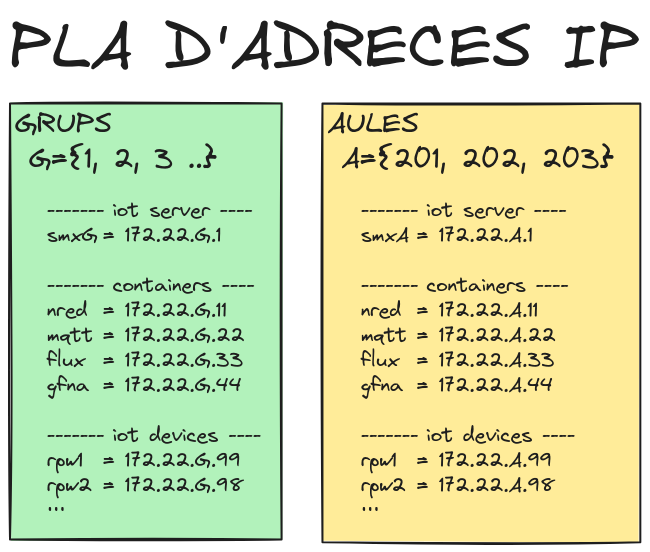
Above: doc/networking.excalidraw.png in rocher/smx1_iot-server (Excalidraw), before the change. Source tidied: one line per element, renumbered; positions are measured from the earlier drawing's top-left corner, leaving out a move shared by most shapes.
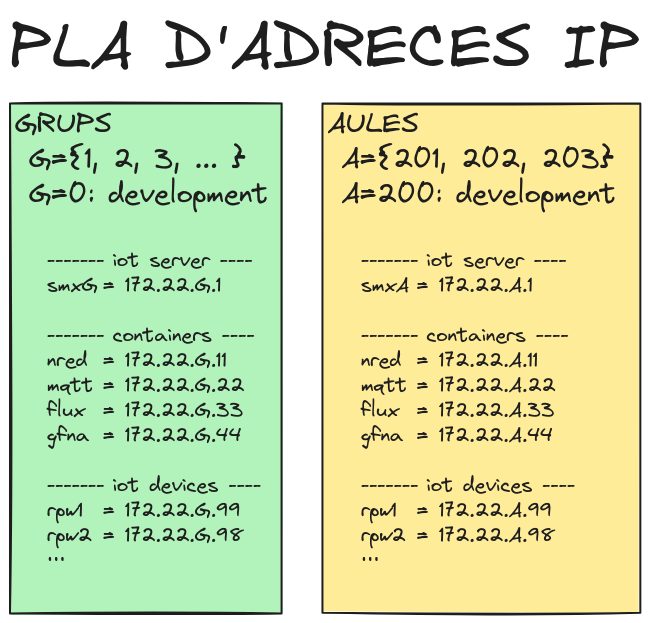
After the change.

Commit message:
Improve drawing

What changed in the source:
```diff
@@ -1,9 +1,9 @@
-{"id": 0, "type": "rectangle", "strokeColor": "#1e1e1e", "backgroundColor": "#b2f2bb", "fillStyle": "solid", "strokeWidth": 2, "roughness": 1, "x": 0, "y": 93, "width": 272, "height": 436}
+{"id": 0, "type": "rectangle", "strokeColor": "#1e1e1e", "backgroundColor": "#b2f2bb", "fillStyle": "solid", "strokeWidth": 2, "roughness": 1, "x": 0, "y": 93, "width": 272, "height": 510}
-{"id": 1, "type": "text", "text": "GRUPS\n G={1, 2, 3 ..}", "strokeColor": "#1e1e1e", "backgroundColor": "#a5d8ff", "fillStyle": "solid", "strokeWidth": 2, "roughness": 1, "fontSize": 28, "fontFamily": 1, "inside": 0, "x": 5, "y": 98, "width": 202, "height": 70}
+{"id": 1, "type": "text", "text": "GRUPS\n G={1, 2, 3, ... }\n G=0: development", "strokeColor": "#1e1e1e", "backgroundColor": "#a5d8ff", "fillStyle": "solid", "strokeWidth": 2, "roughness": 1, "fontSize": 28, "fontFamily": 1, "inside": 0, "x": 5, "y": 98, "width": 253, "height": 105}
-{"id": 2, "type": "text", "text": "-------\nsmxG\n\n-------\nnred\nmqtt  \nflux\ngfna\n\n-------\nrpw1\nrpw2\n···", "strokeColor": "#1e1e1e", "strokeWidth": 2, "roughness": 1, "fontSize": 20, "fontFamily": 1, "x": 37, "y": 189, "width": 66, "height": 325}
+{"id": 2, "type": "text", "text": "-------\nsmxG\n\n-------\nnred\nmqtt  \nflux\ngfna\n\n-------\nrpw1\nrpw2\n···", "strokeColor": "#1e1e1e", "strokeWidth": 2, "roughness": 1, "fontSize": 20, "fontFamily": 1, "x": 37, "y": 239, "width": 66, "height": 325}
-{"id": 3, "type": "text", "text": " iot server ----\n= 172.22.G.1\n\n containers ----\n= 172.22.G.11\n= 172.22.G.22\n= 172.22.G.33\n= 172.22.G.44\n\n iot devices ----\n= 172.22.G.99\n= 172.22.G.98", "strokeColor": "#1e1e1e", "strokeWidth": 2, "roughness": 1, "fontSize": 20, "fontFamily": 1, "x": 93, "y": 189, "width": 159, "height": 300}
+{"id": 3, "type": "text", "text": " iot server ----\n= 172.22.G.1\n\n containers ----\n= 172.22.G.11\n= 172.22.G.22\n= 172.22.G.33\n= 172.22.G.44\n\n iot devices ----\n= 172.22.G.99\n= 172.22.G.98", "strokeColor": "#1e1e1e", "strokeWidth": 2, "roughness": 1, "fontSize": 20, "fontFamily": 1, "x": 93, "y": 239, "width": 159, "height": 300}
-{"id": 4, "type": "rectangle", "strokeColor": "#1e1e1e", "backgroundColor": "#ffec99", "fillStyle": "solid", "strokeWidth": 2, "roughness": 1, "x": 312, "y": 93, "width": 318, "height": 439}
+{"id": 4, "type": "rectangle", "strokeColor": "#1e1e1e", "backgroundColor": "#ffec99", "fillStyle": "solid", "strokeWidth": 2, "roughness": 1, "x": 312, "y": 93, "width": 318, "height": 509}
-{"id": 5, "type": "text", "text": "AULES\n A={201, 202, 203}", "strokeColor": "#1e1e1e", "backgroundColor": "#a5d8ff", "fillStyle": "solid", "strokeWidth": 2, "roughness": 1, "fontSize": 28, "fontFamily": 1, "inside": 4, "x": 317, "y": 98, "width": 286, "height": 70}
+{"id": 5, "type": "text", "text": "AULES\n A={201, 202, 203}\n A=200: development", "strokeColor": "#1e1e1e", "backgroundColor": "#a5d8ff", "fillStyle": "solid", "strokeWidth": 2, "roughness": 1, "fontSize": 28, "fontFamily": 1, "inside": 4, "x": 317, "y": 98, "width": 289, "height": 105}
-{"id": 6, "type": "text", "text": "-------\nsmxA\n\n-------\nnred\nmqtt  \nflux\ngfna\n\n-------\nrpw1\nrpw2\n···", "strokeColor": "#1e1e1e", "strokeWidth": 2, "roughness": 1, "fontSize": 20, "fontFamily": 1, "x": 351, "y": 189, "width": 66, "height": 325}
+{"id": 6, "type": "text", "text": "-------\nsmxA\n\n-------\nnred\nmqtt  \nflux\ngfna\n\n-------\nrpw1\nrpw2\n···", "strokeColor": "#1e1e1e", "strokeWidth": 2, "roughness": 1, "fontSize": 20, "fontFamily": 1, "x": 351, "y": 239, "width": 66, "height": 325}
-{"id": 7, "type": "text", "text": " iot server ----\n= 172.22.A.1\n\n containers ----\n= 172.22.A.11\n= 172.22.A.22\n= 172.22.A.33\n= 172.22.A.44\n\n iot devices ----\n= 172.22.A.99\n= 172.22.A.98", "strokeColor": "#1e1e1e", "strokeWidth": 2, "roughness": 1, "fontSize": 20, "fontFamily": 1, "x": 407, "y": 189, "width": 159, "height": 300}
+{"id": 7, "type": "text", "text": " iot server ----\n= 172.22.A.1\n\n containers ----\n= 172.22.A.11\n= 172.22.A.22\n= 172.22.A.33\n= 172.22.A.44\n\n iot devices ----\n= 172.22.A.99\n= 172.22.A.98", "strokeColor": "#1e1e1e", "strokeWidth": 2, "roughness": 1, "fontSize": 20, "fontFamily": 1, "x": 407, "y": 239, "width": 159, "height": 300}
 {"id": 8, "type": "text", "text": "PLA D'ADRECES IP", "strokeColor": "#1e1e1e", "backgroundColor": "#b2f2bb", "fillStyle": "solid", "strokeWidth": 2, "roughness": 1, "fontSize": 63.79, "fontFamily": 1, "x": 0, "y": 0, "width": 630, "height": 80}
```
